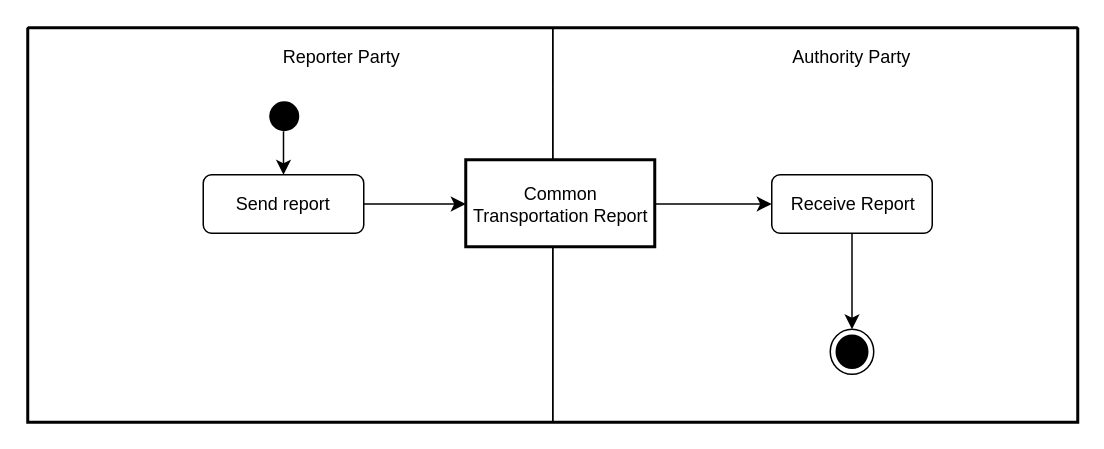
kduvekot/ubl-work-on-svg-images keeps this draw.io diagram as diagrams/UBL-2.3-CommonTransportationReportProcess/UBL-2.3-CommonTransportationReportProcess.drawio. Above is the earlier version. Source tidied: cells renumbered, new cells numbered last; positions are measured from the earlier drawing's top-left corner, leaving out a move shared by most shapes. Both pictures are drawn from the tidied source at 150%, with x=0, y=0 at pixel (27, 27).
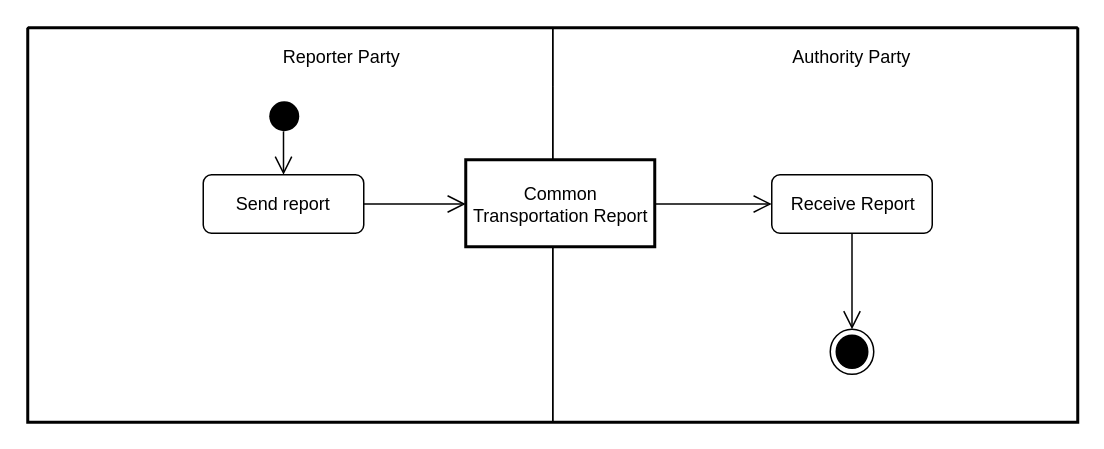
The same diagram, later.

Diff of the diagram source:
```diff
@@
 <mxGraphModel>
   <root>
     <mxCell id="0" />
     <mxCell id="1" parent="0" />
     <mxCell id="2" style="swimlane;html=1;startSize=0;whiteSpace=wrap;fillColor=none;strokeWidth=2;" parent="1" vertex="1">
       <mxGeometry width="700" height="263" as="geometry" />
     </mxCell>
     <mxCell id="3" value="Reporter Party" style="swimlane;horizontal=1;startSize=39;swimlaneLine=0;html=1;fillColor=none;fontStyle=0;spacing=0;spacingLeft=68;" parent="2" vertex="1">
       <mxGeometry width="350" height="263" as="geometry" />
     </mxCell>
     <mxCell id="4" value="Authority Party" style="swimlane;horizontal=1;startSize=39;swimlaneLine=0;html=1;fillColor=none;fontStyle=0;spacing=0;spacingLeft=48;" parent="2" vertex="1">
       <mxGeometry x="350" width="350" height="263" as="geometry" />
     </mxCell>
     <mxCell id="5" style="ellipse;shape=startState;fillColor=#000000;strokeColor=none;html=1;" parent="3" vertex="1">
       <mxGeometry x="157" y="45" width="28" height="28" as="geometry" />
     </mxCell>
     <mxCell id="6" value="Common&lt;br&gt;Transportation Report" style="rounded=0;html=1;whiteSpace=nowrap;fontStyle=0;align=center;verticalAlign=middle;spacing=0;spacingRight=1;spacingTop=1;strokeWidth=2;" parent="4" vertex="1">
       <mxGeometry x="-58" y="88" width="126" height="58" as="geometry" />
     </mxCell>
     <mxCell id="7" value="Send report" style="rounded=1;absoluteArcSize=1;arcSize=11;html=1;whiteSpace=nowrap;fontStyle=0;align=center;verticalAlign=middle;spacing=0;spacingRight=1;" parent="3" vertex="1">
       <mxGeometry x="117" y="98" width="107" height="39" as="geometry" />
     </mxCell>
     <mxCell id="8" value="Receive Report" style="rounded=1;absoluteArcSize=1;arcSize=11;html=1;whiteSpace=nowrap;fontStyle=0;align=center;verticalAlign=middle;spacing=0;spacingTop=1;" parent="4" vertex="1">
       <mxGeometry x="146" y="98" width="107" height="39" as="geometry" />
     </mxCell>
     <mxCell id="9" style="ellipse;shape=endState;fillColor=#000000;html=1;" parent="4" vertex="1">
       <mxGeometry x="185" y="201" width="29" height="30" as="geometry" />
     </mxCell>
-    <mxCell id="10" style="edgeStyle=none;rounded=0;html=1;endArrow=classic;endFill=1;endSize=7;exitPerimeter=0;entryX=0.5;entryY=0;entryPerimeter=0;exitX=0.482143;exitY=0.8587;" parent="3" edge="1" source="5" target="7">
+    <mxCell id="10" style="edgeStyle=none;rounded=0;html=1;endArrow=open;endFill=0;endSize=10;exitPerimeter=0;entryX=0.5;entryY=0;entryPerimeter=0;exitX=0.482143;exitY=0.8587;" parent="3" edge="1" source="5" target="7">
       <mxGeometry relative="1" as="geometry" />
     </mxCell>
-    <mxCell id="11" style="edgeStyle=none;rounded=0;html=1;endArrow=classic;endFill=1;endSize=7;exitX=1;exitY=0.5;exitPerimeter=0;entryPerimeter=0;entryX=0;entryY=0.508621;" parent="2" edge="1" source="7" target="6">
+    <mxCell id="11" style="edgeStyle=none;rounded=0;html=1;endArrow=open;endFill=0;endSize=10;exitX=1;exitY=0.5;exitPerimeter=0;entryPerimeter=0;entryX=0;entryY=0.508621;" parent="2" edge="1" source="7" target="6">
       <mxGeometry relative="1" as="geometry" />
     </mxCell>
-    <mxCell id="12" style="edgeStyle=none;rounded=0;html=1;endArrow=classic;endFill=1;endSize=7;exitPerimeter=0;entryX=0;entryY=0.5;entryPerimeter=0;exitX=1;exitY=0.508621;" parent="4" edge="1" source="6" target="8">
+    <mxCell id="12" style="edgeStyle=none;rounded=0;html=1;endArrow=open;endFill=0;endSize=10;exitPerimeter=0;entryX=0;entryY=0.5;entryPerimeter=0;exitX=1;exitY=0.508621;" parent="4" edge="1" source="6" target="8">
       <mxGeometry relative="1" as="geometry" />
     </mxCell>
-    <mxCell id="13" style="edgeStyle=none;rounded=0;html=1;endArrow=classic;endFill=1;endSize=7;exitX=0.5;exitY=1;exitPerimeter=0;entryPerimeter=0;entryX=0.5;entryY=0;" parent="4" edge="1" source="8" target="9">
+    <mxCell id="13" style="edgeStyle=none;rounded=0;html=1;endArrow=open;endFill=0;endSize=10;exitX=0.5;exitY=1;exitPerimeter=0;entryPerimeter=0;entryX=0.5;entryY=0;" parent="4" edge="1" source="8" target="9">
       <mxGeometry relative="1" as="geometry" />
     </mxCell>
   </root>
 </mxGraphModel>
```
